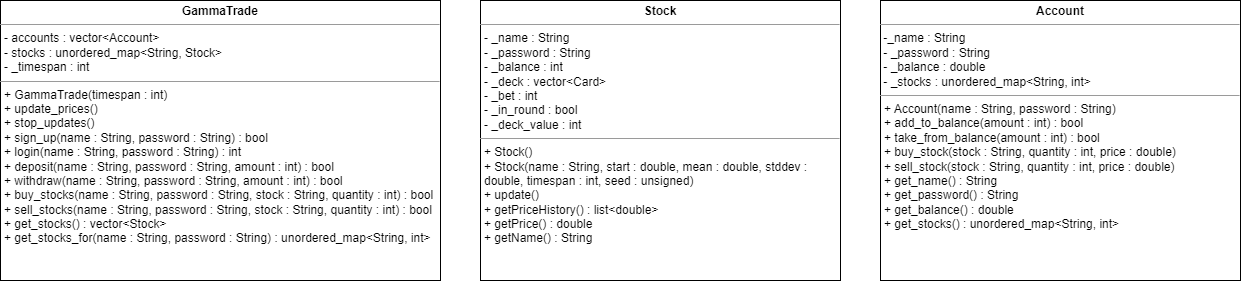
This is docs/Implementation Details/implementation_details.drawio.png from christiangoerdes/GammaTrade, a draw.io export, as it was before one commit. Source tidied: cells renumbered, new cells last; positions are measured from the earlier drawing's top-left corner, leaving out a move shared by most shapes. The source it was exported from:
```xml
<mxGraphModel>
  <root>
    <mxCell id="0" />
    <mxCell id="1" parent="0" />
    <mxCell id="2" value="&lt;p style=&quot;margin:0px;margin-top:4px;text-align:center;&quot;&gt;&lt;b&gt;GammaTrade&lt;/b&gt;&lt;/p&gt;&lt;hr size=&quot;1&quot;&gt;&lt;p style=&quot;margin:0px;margin-left:4px;&quot;&gt;- accounts : vector&amp;lt;Account&amp;gt;&amp;nbsp;&lt;/p&gt;&lt;p style=&quot;margin:0px;margin-left:4px;&quot;&gt;-&amp;nbsp;stocks : unordered_map&amp;lt;String, Stock&amp;gt;&amp;nbsp;&lt;/p&gt;&lt;p style=&quot;margin:0px;margin-left:4px;&quot;&gt;- _timespan : int&lt;/p&gt;&lt;hr size=&quot;1&quot;&gt;&lt;p style=&quot;margin:0px;margin-left:4px;&quot;&gt;+ GammaTrade(timespan : int)&lt;/p&gt;&lt;p style=&quot;margin:0px;margin-left:4px;&quot;&gt;+ update_prices()&lt;/p&gt;&lt;p style=&quot;margin:0px;margin-left:4px;&quot;&gt;+ stop_updates()&lt;/p&gt;&lt;p style=&quot;margin:0px;margin-left:4px;&quot;&gt;+ sign_up(name : String, password : String) : bool&lt;/p&gt;&lt;p style=&quot;margin:0px;margin-left:4px;&quot;&gt;+ login(name : String, password : String) : int&amp;nbsp;&lt;/p&gt;&lt;p style=&quot;margin:0px;margin-left:4px;&quot;&gt;+ deposit(name : String, password : String, amount : int) : bool&lt;/p&gt;&lt;p style=&quot;margin:0px;margin-left:4px;&quot;&gt;+ withdraw(name : String, password : String, amount : int) : bool&lt;/p&gt;&lt;p style=&quot;margin:0px;margin-left:4px;&quot;&gt;+ buy_stocks(name : String, password : String, stock : String, quantity : int) : bool&lt;/p&gt;&lt;p style=&quot;margin:0px;margin-left:4px;&quot;&gt;+ sell_stocks(name : String, password : String, stock : String, quantity : int) : bool&lt;/p&gt;&lt;p style=&quot;margin:0px;margin-left:4px;&quot;&gt;+ get_stocks() : vector&amp;lt;Stock&amp;gt;&lt;/p&gt;&lt;p style=&quot;margin:0px;margin-left:4px;&quot;&gt;+ get_stocks_for(name : String, password : String) : unordered_map&amp;lt;String, int&amp;gt;&lt;/p&gt;" style="verticalAlign=top;align=left;overflow=fill;fontSize=12;fontFamily=Helvetica;html=1;whiteSpace=wrap;" parent="1" vertex="1">
      <mxGeometry width="440" height="280" as="geometry" />
    </mxCell>
    <mxCell id="3" value="&lt;p style=&quot;margin:0px;margin-top:4px;text-align:center;&quot;&gt;&lt;b&gt;Stock&lt;/b&gt;&lt;/p&gt;&lt;hr size=&quot;1&quot;&gt;&lt;p style=&quot;margin:0px;margin-left:4px;&quot;&gt;- _name : String&lt;br&gt;&lt;/p&gt;&lt;p style=&quot;margin:0px;margin-left:4px;&quot;&gt;- _password : String&lt;/p&gt;&lt;p style=&quot;margin:0px;margin-left:4px;&quot;&gt;- _balance : int&lt;/p&gt;&lt;p style=&quot;margin:0px;margin-left:4px;&quot;&gt;- _deck : vector&amp;lt;Card&amp;gt;&lt;/p&gt;&lt;p style=&quot;margin:0px;margin-left:4px;&quot;&gt;- _bet : int&lt;/p&gt;&lt;p style=&quot;margin:0px;margin-left:4px;&quot;&gt;- _in_round : bool&lt;/p&gt;&lt;p style=&quot;margin:0px;margin-left:4px;&quot;&gt;- _deck_value : int&lt;/p&gt;&lt;hr size=&quot;1&quot;&gt;&lt;p style=&quot;margin:0px;margin-left:4px;&quot;&gt;+ Stock()&lt;/p&gt;&lt;p style=&quot;margin:0px;margin-left:4px;&quot;&gt;+ Stock(name : String, start : double, mean : double, stddev : double, timespan : int, seed : unsigned)&lt;/p&gt;&lt;p style=&quot;margin:0px;margin-left:4px;&quot;&gt;+ update()&lt;/p&gt;&lt;p style=&quot;margin:0px;margin-left:4px;&quot;&gt;+ getPriceHistory() : list&amp;lt;double&amp;gt;&lt;/p&gt;&lt;p style=&quot;margin:0px;margin-left:4px;&quot;&gt;+ getPrice() : double&lt;/p&gt;&lt;p style=&quot;margin:0px;margin-left:4px;&quot;&gt;+ getName() : String&lt;/p&gt;&lt;p style=&quot;margin:0px;margin-left:4px;&quot;&gt;&lt;br&gt;&lt;/p&gt;" style="verticalAlign=top;align=left;overflow=fill;fontSize=12;fontFamily=Helvetica;html=1;whiteSpace=wrap;" parent="1" vertex="1">
      <mxGeometry x="480" width="360" height="280" as="geometry" />
    </mxCell>
    <mxCell id="4" value="&lt;p style=&quot;margin:0px;margin-top:4px;text-align:center;&quot;&gt;&lt;b&gt;Account&lt;/b&gt;&lt;/p&gt;&lt;hr size=&quot;1&quot;&gt;&lt;p style=&quot;margin:0px;margin-left:4px;&quot;&gt;&lt;/p&gt;&amp;nbsp;-_name : String&lt;br&gt;&amp;nbsp;- _password : String&lt;br&gt;&amp;nbsp;- _balance : double&amp;nbsp;&lt;br&gt;&amp;nbsp;- _stocks : unordered_map&amp;lt;String, int&amp;gt;&lt;br&gt;&lt;hr size=&quot;1&quot;&gt;&lt;p style=&quot;border-color: var(--border-color); margin: 0px 0px 0px 4px;&quot;&gt;+ Account(name : String, password : String)&lt;/p&gt;&lt;p style=&quot;border-color: var(--border-color); margin: 0px 0px 0px 4px;&quot;&gt;+ add_to_balance(amount : int) : bool&lt;/p&gt;&lt;p style=&quot;border-color: var(--border-color); margin: 0px 0px 0px 4px;&quot;&gt;+ take_from_balance(amount : int) : bool&lt;/p&gt;&lt;p style=&quot;border-color: var(--border-color); margin: 0px 0px 0px 4px;&quot;&gt;+ buy_stock(stock : String, quantity : int, price : double)&lt;/p&gt;&lt;p style=&quot;border-color: var(--border-color); margin: 0px 0px 0px 4px;&quot;&gt;+ sell_stock(stock : String, quantity : int, price : double)&lt;/p&gt;&lt;p style=&quot;margin:0px;margin-left:4px;&quot;&gt;+ get_name() : String&lt;br&gt;&lt;/p&gt;&lt;p style=&quot;margin:0px;margin-left:4px;&quot;&gt;+ get_password() : String&lt;/p&gt;&lt;p style=&quot;margin:0px;margin-left:4px;&quot;&gt;+ get_balance() : double&lt;/p&gt;&lt;p style=&quot;margin:0px;margin-left:4px;&quot;&gt;+ get_stocks() : unordered_map&amp;lt;String, int&amp;gt;&lt;/p&gt;" style="verticalAlign=top;align=left;overflow=fill;fontSize=12;fontFamily=Helvetica;html=1;whiteSpace=wrap;" parent="1" vertex="1">
      <mxGeometry x="880" width="360" height="280" as="geometry" />
    </mxCell>
  </root>
</mxGraphModel>
```
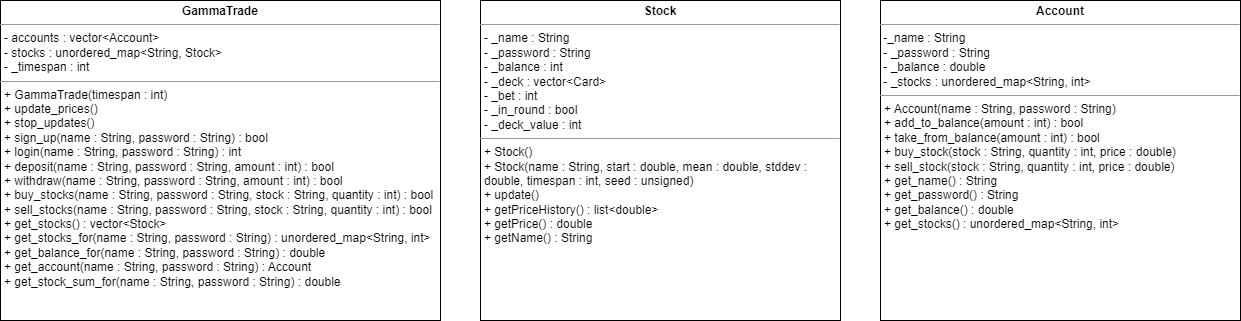
After the commit.

Commit message:
updated uml diagramm

Diff of the diagram source:
```diff
@@ -2,14 +2,14 @@
   <root>
     <mxCell id="0" />
     <mxCell id="1" parent="0" />
-    <mxCell id="2" value="&lt;p style=&quot;margin:0px;margin-top:4px;text-align:center;&quot;&gt;&lt;b&gt;GammaTrade&lt;/b&gt;&lt;/p&gt;&lt;hr size=&quot;1&quot;&gt;&lt;p style=&quot;margin:0px;margin-left:4px;&quot;&gt;- accounts : vector&amp;lt;Account&amp;gt;&amp;nbsp;&lt;/p&gt;&lt;p style=&quot;margin:0px;margin-left:4px;&quot;&gt;-&amp;nbsp;stocks : unordered_map&amp;lt;String, Stock&amp;gt;&amp;nbsp;&lt;/p&gt;&lt;p style=&quot;margin:0px;margin-left:4px;&quot;&gt;- _timespan : int&lt;/p&gt;&lt;hr size=&quot;1&quot;&gt;&lt;p style=&quot;margin:0px;margin-left:4px;&quot;&gt;+ GammaTrade(timespan : int)&lt;/p&gt;&lt;p style=&quot;margin:0px;margin-left:4px;&quot;&gt;+ update_prices()&lt;/p&gt;&lt;p style=&quot;margin:0px;margin-left:4px;&quot;&gt;+ stop_updates()&lt;/p&gt;&lt;p style=&quot;margin:0px;margin-left:4px;&quot;&gt;+ sign_up(name : String, password : String) : bool&lt;/p&gt;&lt;p style=&quot;margin:0px;margin-left:4px;&quot;&gt;+ login(name : String, password : String) : int&amp;nbsp;&lt;/p&gt;&lt;p style=&quot;margin:0px;margin-left:4px;&quot;&gt;+ deposit(name : String, password : String, amount : int) : bool&lt;/p&gt;&lt;p style=&quot;margin:0px;margin-left:4px;&quot;&gt;+ withdraw(name : String, password : String, amount : int) : bool&lt;/p&gt;&lt;p style=&quot;margin:0px;margin-left:4px;&quot;&gt;+ buy_stocks(name : String, password : String, stock : String, quantity : int) : bool&lt;/p&gt;&lt;p style=&quot;margin:0px;margin-left:4px;&quot;&gt;+ sell_stocks(name : String, password : String, stock : String, quantity : int) : bool&lt;/p&gt;&lt;p style=&quot;margin:0px;margin-left:4px;&quot;&gt;+ get_stocks() : vector&amp;lt;Stock&amp;gt;&lt;/p&gt;&lt;p style=&quot;margin:0px;margin-left:4px;&quot;&gt;+ get_stocks_for(name : String, password : String) : unordered_map&amp;lt;String, int&amp;gt;&lt;/p&gt;" style="verticalAlign=top;align=left;overflow=fill;fontSize=12;fontFamily=Helvetica;html=1;whiteSpace=wrap;" parent="1" vertex="1">
-      <mxGeometry width="440" height="280" as="geometry" />
+    <mxCell id="2" value="&lt;p style=&quot;margin:0px;margin-top:4px;text-align:center;&quot;&gt;&lt;b&gt;GammaTrade&lt;/b&gt;&lt;/p&gt;&lt;hr size=&quot;1&quot;&gt;&lt;p style=&quot;margin:0px;margin-left:4px;&quot;&gt;- accounts : vector&amp;lt;Account&amp;gt;&amp;nbsp;&lt;/p&gt;&lt;p style=&quot;margin:0px;margin-left:4px;&quot;&gt;-&amp;nbsp;stocks : unordered_map&amp;lt;String, Stock&amp;gt;&amp;nbsp;&lt;/p&gt;&lt;p style=&quot;margin:0px;margin-left:4px;&quot;&gt;- _timespan : int&lt;/p&gt;&lt;hr size=&quot;1&quot;&gt;&lt;p style=&quot;margin:0px;margin-left:4px;&quot;&gt;+ GammaTrade(timespan : int)&lt;/p&gt;&lt;p style=&quot;margin:0px;margin-left:4px;&quot;&gt;+ update_prices()&lt;/p&gt;&lt;p style=&quot;margin:0px;margin-left:4px;&quot;&gt;+ stop_updates()&lt;/p&gt;&lt;p style=&quot;margin:0px;margin-left:4px;&quot;&gt;+ sign_up(name : String, password : String) : bool&lt;/p&gt;&lt;p style=&quot;margin:0px;margin-left:4px;&quot;&gt;+ login(name : String, password : String) : int&amp;nbsp;&lt;/p&gt;&lt;p style=&quot;margin:0px;margin-left:4px;&quot;&gt;+ deposit(name : String, password : String, amount : int) : bool&lt;/p&gt;&lt;p style=&quot;margin:0px;margin-left:4px;&quot;&gt;+ withdraw(name : String, password : String, amount : int) : bool&lt;/p&gt;&lt;p style=&quot;margin:0px;margin-left:4px;&quot;&gt;+ buy_stocks(name : String, password : String, stock : String, quantity : int) : bool&lt;/p&gt;&lt;p style=&quot;margin:0px;margin-left:4px;&quot;&gt;+ sell_stocks(name : String, password : String, stock : String, quantity : int) : bool&lt;/p&gt;&lt;p style=&quot;margin:0px;margin-left:4px;&quot;&gt;+ get_stocks() : vector&amp;lt;Stock&amp;gt;&lt;/p&gt;&lt;p style=&quot;margin:0px;margin-left:4px;&quot;&gt;+ get_stocks_for(name : String, password : String) : unordered_map&amp;lt;String, int&amp;gt;&lt;/p&gt;&lt;p style=&quot;margin:0px;margin-left:4px;&quot;&gt;+ get_balance_for(name : String, password : String) : double&lt;/p&gt;&lt;p style=&quot;margin:0px;margin-left:4px;&quot;&gt;+ get_account(name : String, password : String) : Account&lt;/p&gt;&lt;p style=&quot;margin:0px;margin-left:4px;&quot;&gt;+ get_stock_sum_for(name : String, password : String) : double&lt;/p&gt;" style="verticalAlign=top;align=left;overflow=fill;fontSize=12;fontFamily=Helvetica;html=1;whiteSpace=wrap;" parent="1" vertex="1">
+      <mxGeometry width="440" height="320" as="geometry" />
     </mxCell>
     <mxCell id="3" value="&lt;p style=&quot;margin:0px;margin-top:4px;text-align:center;&quot;&gt;&lt;b&gt;Stock&lt;/b&gt;&lt;/p&gt;&lt;hr size=&quot;1&quot;&gt;&lt;p style=&quot;margin:0px;margin-left:4px;&quot;&gt;- _name : String&lt;br&gt;&lt;/p&gt;&lt;p style=&quot;margin:0px;margin-left:4px;&quot;&gt;- _password : String&lt;/p&gt;&lt;p style=&quot;margin:0px;margin-left:4px;&quot;&gt;- _balance : int&lt;/p&gt;&lt;p style=&quot;margin:0px;margin-left:4px;&quot;&gt;- _deck : vector&amp;lt;Card&amp;gt;&lt;/p&gt;&lt;p style=&quot;margin:0px;margin-left:4px;&quot;&gt;- _bet : int&lt;/p&gt;&lt;p style=&quot;margin:0px;margin-left:4px;&quot;&gt;- _in_round : bool&lt;/p&gt;&lt;p style=&quot;margin:0px;margin-left:4px;&quot;&gt;- _deck_value : int&lt;/p&gt;&lt;hr size=&quot;1&quot;&gt;&lt;p style=&quot;margin:0px;margin-left:4px;&quot;&gt;+ Stock()&lt;/p&gt;&lt;p style=&quot;margin:0px;margin-left:4px;&quot;&gt;+ Stock(name : String, start : double, mean : double, stddev : double, timespan : int, seed : unsigned)&lt;/p&gt;&lt;p style=&quot;margin:0px;margin-left:4px;&quot;&gt;+ update()&lt;/p&gt;&lt;p style=&quot;margin:0px;margin-left:4px;&quot;&gt;+ getPriceHistory() : list&amp;lt;double&amp;gt;&lt;/p&gt;&lt;p style=&quot;margin:0px;margin-left:4px;&quot;&gt;+ getPrice() : double&lt;/p&gt;&lt;p style=&quot;margin:0px;margin-left:4px;&quot;&gt;+ getName() : String&lt;/p&gt;&lt;p style=&quot;margin:0px;margin-left:4px;&quot;&gt;&lt;br&gt;&lt;/p&gt;" style="verticalAlign=top;align=left;overflow=fill;fontSize=12;fontFamily=Helvetica;html=1;whiteSpace=wrap;" parent="1" vertex="1">
-      <mxGeometry x="480" width="360" height="280" as="geometry" />
+      <mxGeometry x="480" width="360" height="320" as="geometry" />
     </mxCell>
     <mxCell id="4" value="&lt;p style=&quot;margin:0px;margin-top:4px;text-align:center;&quot;&gt;&lt;b&gt;Account&lt;/b&gt;&lt;/p&gt;&lt;hr size=&quot;1&quot;&gt;&lt;p style=&quot;margin:0px;margin-left:4px;&quot;&gt;&lt;/p&gt;&amp;nbsp;-_name : String&lt;br&gt;&amp;nbsp;- _password : String&lt;br&gt;&amp;nbsp;- _balance : double&amp;nbsp;&lt;br&gt;&amp;nbsp;- _stocks : unordered_map&amp;lt;String, int&amp;gt;&lt;br&gt;&lt;hr size=&quot;1&quot;&gt;&lt;p style=&quot;border-color: var(--border-color); margin: 0px 0px 0px 4px;&quot;&gt;+ Account(name : String, password : String)&lt;/p&gt;&lt;p style=&quot;border-color: var(--border-color); margin: 0px 0px 0px 4px;&quot;&gt;+ add_to_balance(amount : int) : bool&lt;/p&gt;&lt;p style=&quot;border-color: var(--border-color); margin: 0px 0px 0px 4px;&quot;&gt;+ take_from_balance(amount : int) : bool&lt;/p&gt;&lt;p style=&quot;border-color: var(--border-color); margin: 0px 0px 0px 4px;&quot;&gt;+ buy_stock(stock : String, quantity : int, price : double)&lt;/p&gt;&lt;p style=&quot;border-color: var(--border-color); margin: 0px 0px 0px 4px;&quot;&gt;+ sell_stock(stock : String, quantity : int, price : double)&lt;/p&gt;&lt;p style=&quot;margin:0px;margin-left:4px;&quot;&gt;+ get_name() : String&lt;br&gt;&lt;/p&gt;&lt;p style=&quot;margin:0px;margin-left:4px;&quot;&gt;+ get_password() : String&lt;/p&gt;&lt;p style=&quot;margin:0px;margin-left:4px;&quot;&gt;+ get_balance() : double&lt;/p&gt;&lt;p style=&quot;margin:0px;margin-left:4px;&quot;&gt;+ get_stocks() : unordered_map&amp;lt;String, int&amp;gt;&lt;/p&gt;" style="verticalAlign=top;align=left;overflow=fill;fontSize=12;fontFamily=Helvetica;html=1;whiteSpace=wrap;" parent="1" vertex="1">
-      <mxGeometry x="880" width="360" height="280" as="geometry" />
+      <mxGeometry x="880" width="360" height="320" as="geometry" />
     </mxCell>
   </root>
 </mxGraphModel>
```
